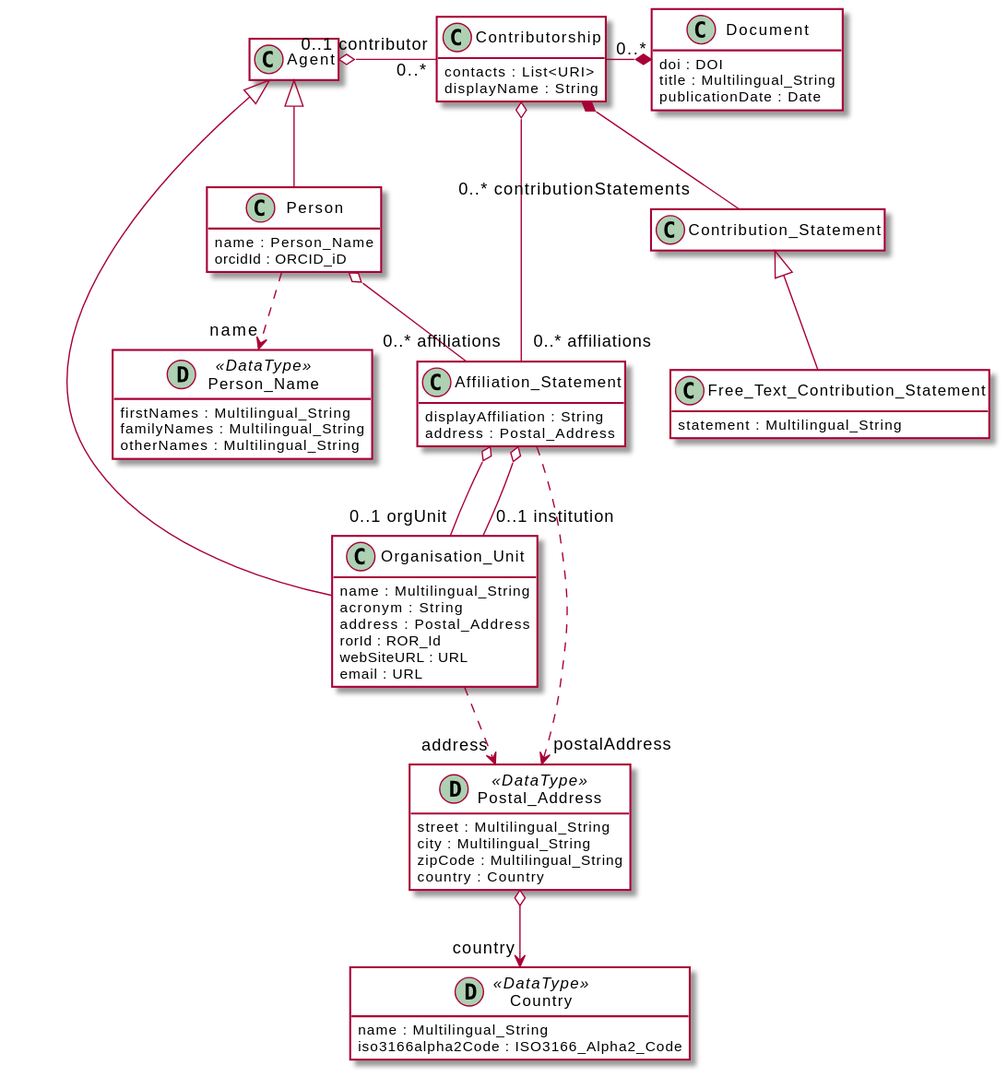
Earlier version of the PlantUML export diagrams/contributorship.svg (EuroCRIS/CERIF-Core). Its diagram source:
```plantuml
@startuml

    !includesub core.puml!common
    !includesub core.puml!Agent
    !includesub core.puml!Contributorship

@enduml
```
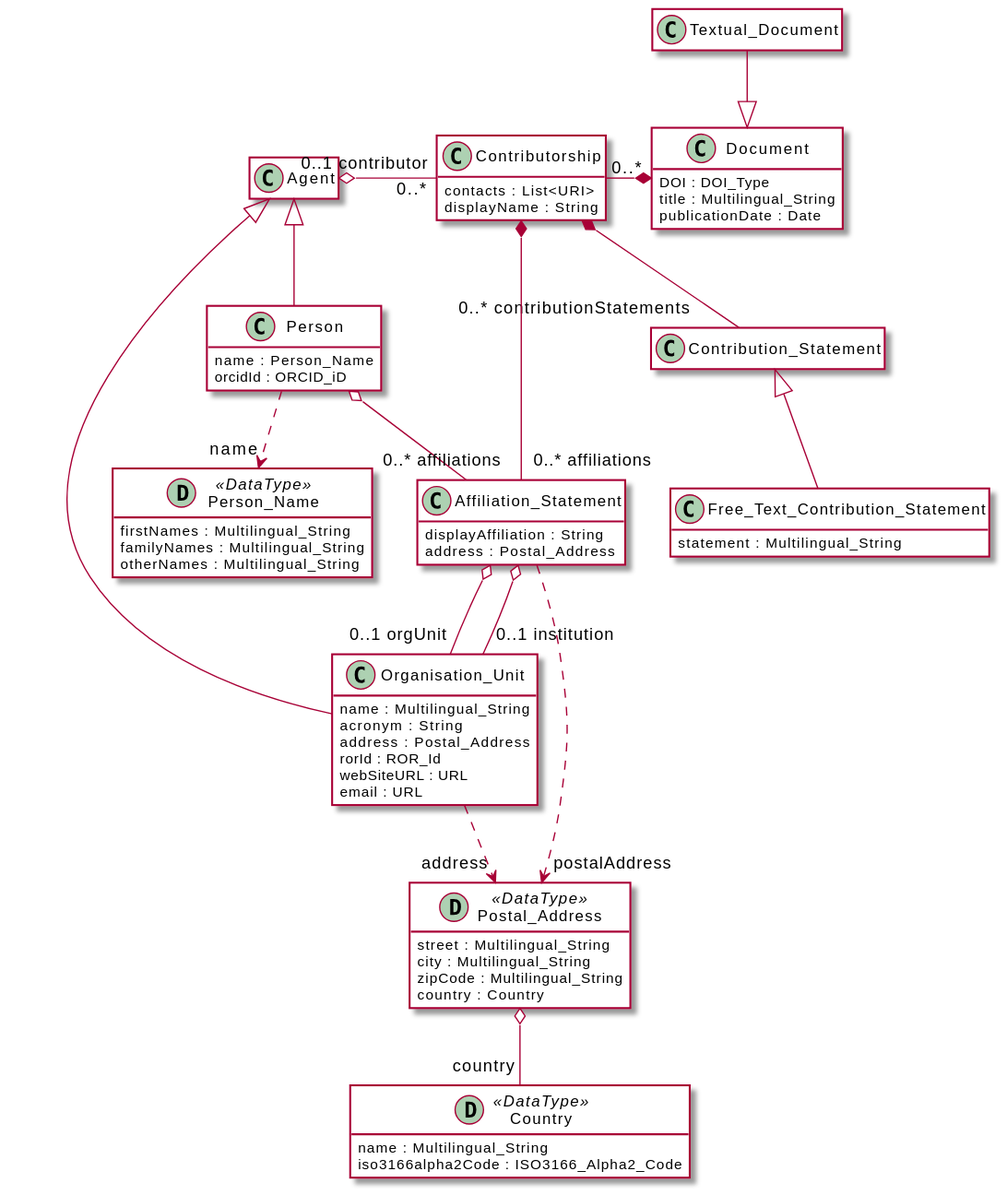
The same diagram one commit later.

What changed in the source:
```diff
@@ -2,6 +2,11 @@
 
     !includesub core.puml!common
     !includesub core.puml!Agent
+    !includesub core.puml!Person
+    !includesub core.puml!OrgUnit
+    !includesub core.puml!PostalAddress
     !includesub core.puml!Contributorship
+    !includesub core.puml!AffiliationStatement
+    !includesub core.puml!Document
 
 @enduml
```
